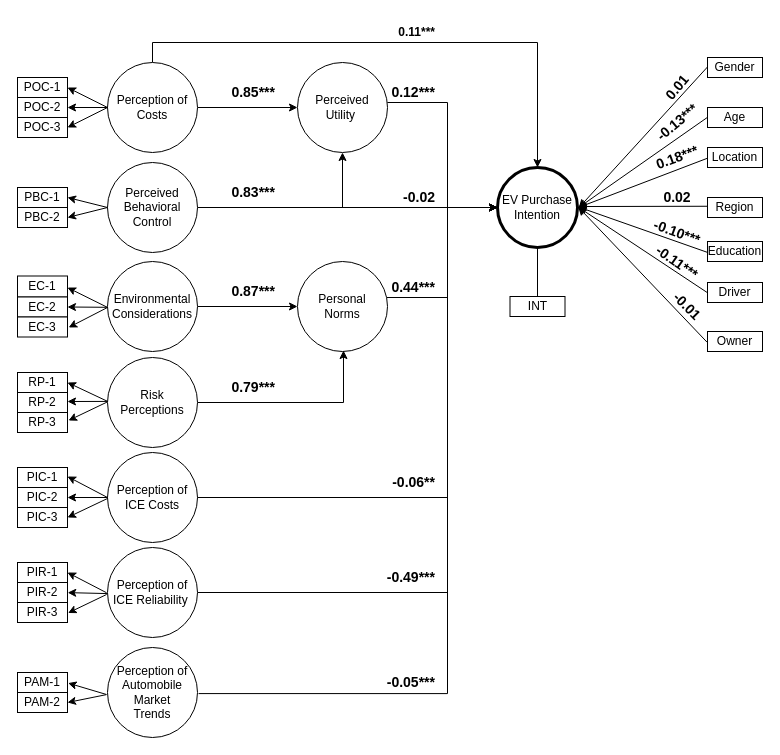
The draw.io diagram page "Page-1" (1 of 2) of final_path_diagram.drawio in ChullEPG/taxi-survey, before the edit. Source tidied: cells renumbered, new cells numbered last; positions are measured from the earlier drawing's top-left corner, leaving out a move shared by most shapes. Both pictures are drawn from the tidied source at 100%, with x=0, y=0 at pixel (17, 17).
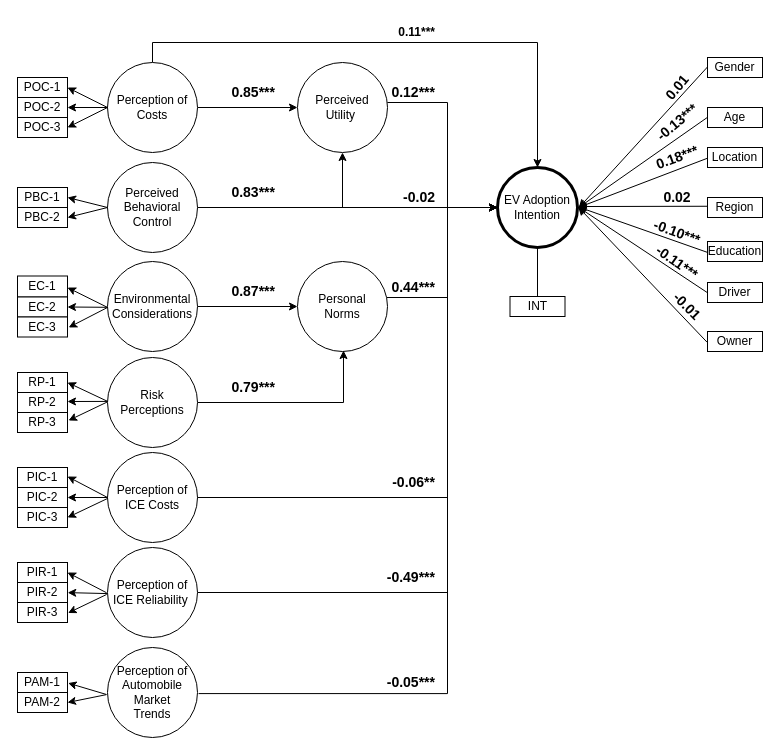
The same page after the edit.

Change to the diagram source:
```diff
@@
-    <mxCell id="17" value="EV Purchase Intention" style="ellipse;whiteSpace=wrap;html=1;strokeWidth=3;" parent="1" vertex="1">
+    <mxCell id="17" value="EV Adoption Intention" style="ellipse;whiteSpace=wrap;html=1;strokeWidth=3;" parent="1" vertex="1">
       <mxGeometry x="480" y="150" width="80" height="80" as="geometry" />
     </mxCell>
```
